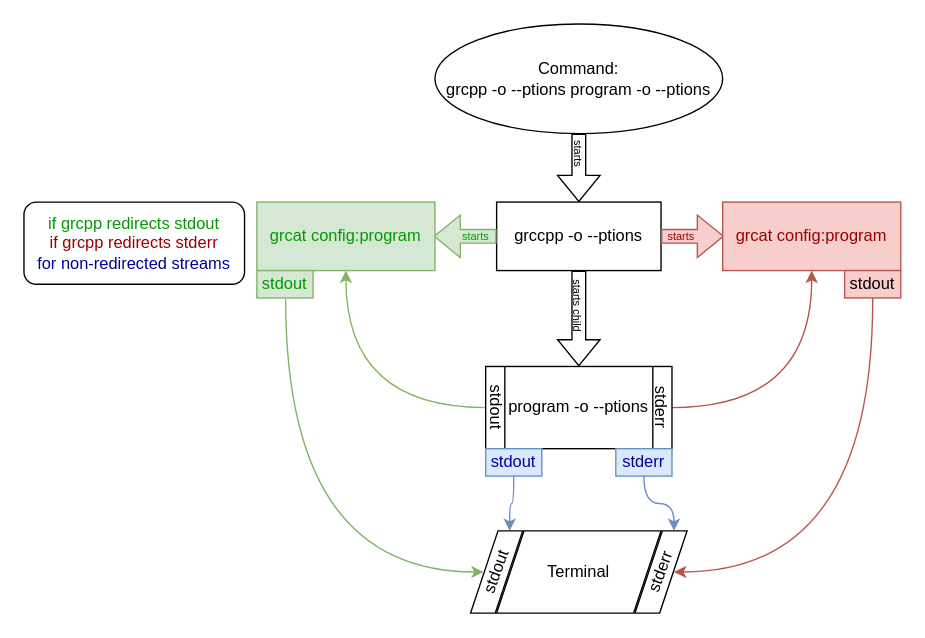
Earlier version of the draw.io diagram .github/images/flowchartgrc.drawio (RENoMafex/grcpp). Source tidied: cells renumbered, new cells numbered last; positions are measured from the earlier drawing's top-left corner, leaving out a move shared by most shapes. Both pictures are drawn from the tidied source at 137%, with x=0, y=0 at pixel (23, 23).
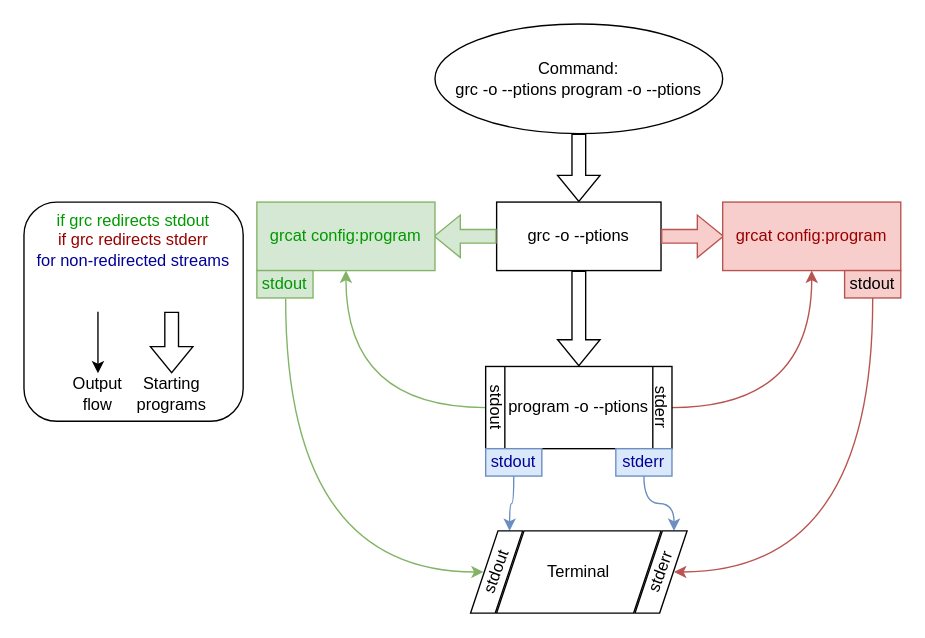
The same page after the edit.

Commit message (it also covers changes not shown here):
changed flowchart to ACTUALLY represent grc

What changed in the source:
```diff
@@
-    <mxCell id="2" value="Command:&lt;br&gt;grcpp -o --ptions program -o --ptions" style="ellipse;whiteSpace=wrap;html=1;" parent="1" vertex="1">
+    <mxCell id="2" value="Command:&lt;br&gt;grc -o --ptions program -o --ptions" style="ellipse;whiteSpace=wrap;html=1;" parent="1" vertex="1">
       <mxGeometry x="300" width="210" height="80" as="geometry" />
     </mxCell>
@@
-    <mxCell id="4" value="starts" style="text;html=1;align=center;verticalAlign=middle;whiteSpace=wrap;rounded=0;rotation=90;fontSize=8;" parent="1" vertex="1">
-      <mxGeometry x="390" y="90" width="30" height="10" as="geometry" />
-    </mxCell>
-    <mxCell id="5" value="grccpp -o --ptions" style="rounded=0;whiteSpace=wrap;html=1;verticalAlign=middle;spacing=2;" parent="1" vertex="1">
+    <mxCell id="5" value="grc&lt;span style=&quot;background-color: transparent; color: light-dark(rgb(0, 0, 0), rgb(255, 255, 255));&quot;&gt;&amp;nbsp;-o --ptions&lt;/span&gt;" style="rounded=0;whiteSpace=wrap;html=1;verticalAlign=middle;spacing=2;" parent="1" vertex="1">
       <mxGeometry x="345" y="130" width="120" height="50" as="geometry" />
     </mxCell>
@@
-    <mxCell id="7" value="starts" style="text;html=1;align=center;verticalAlign=middle;whiteSpace=wrap;rounded=0;rotation=0;fontSize=8;fontColor=#990000;" parent="1" vertex="1">
-      <mxGeometry x="465" y="150" width="30" height="10" as="geometry" />
-    </mxCell>
@@
-    <mxCell id="9" value="&lt;font style=&quot;color: rgb(0, 153, 0);&quot;&gt;starts&lt;/font&gt;" style="text;html=1;align=center;verticalAlign=middle;whiteSpace=wrap;rounded=0;rotation=0;fontSize=8;" parent="1" vertex="1">
-      <mxGeometry x="315" y="150" width="30" height="10" as="geometry" />
-    </mxCell>
@@
-    <mxCell id="13" value="starts child" style="text;html=1;align=center;verticalAlign=middle;whiteSpace=wrap;rounded=0;rotation=90;fontSize=8;" parent="1" vertex="1">
-      <mxGeometry x="379.5" y="200.5" width="51" height="10" as="geometry" />
-    </mxCell>
@@
-    <mxCell id="32" value="&lt;div&gt;&lt;span style=&quot;background-color: transparent;&quot;&gt;&lt;font style=&quot;color: rgb(0, 153, 0);&quot;&gt;if grcpp redirects stdout&lt;/font&gt;&lt;/span&gt;&lt;/div&gt;&lt;font style=&quot;color: rgb(153, 0, 0);&quot;&gt;&lt;font style=&quot;&quot;&gt;if grcpp redirects stderr&lt;/font&gt;&lt;br&gt;&lt;/font&gt;&lt;font style=&quot;color: light-dark(rgb(0, 0, 153), rgb(237, 237, 237));&quot;&gt;for non-redirected streams&lt;/font&gt;" style="rounded=1;whiteSpace=wrap;html=1;" parent="1" vertex="1">
-      <mxGeometry y="130" width="161" height="60" as="geometry" />
+    <mxCell id="32" value="&lt;div&gt;&lt;span style=&quot;background-color: transparent;&quot;&gt;&lt;font style=&quot;color: rgb(0, 153, 0);&quot;&gt;if grc redirects stdout&lt;/font&gt;&lt;/span&gt;&lt;/div&gt;&lt;font style=&quot;color: rgb(153, 0, 0);&quot;&gt;&lt;font style=&quot;&quot;&gt;if grc redirects stderr&lt;/font&gt;&lt;br&gt;&lt;/font&gt;&lt;font style=&quot;color: light-dark(rgb(0, 0, 153), rgb(237, 237, 237));&quot;&gt;for non-redirected streams&lt;/font&gt;" style="rounded=1;whiteSpace=wrap;html=1;verticalAlign=top;" parent="1" vertex="1">
+      <mxGeometry y="130" width="160" height="160" as="geometry" />
     </mxCell>
+    <mxCell id="33" style="shape=flexArrow;endArrow=classic;html=1;rounded=0;" parent="1" edge="1">
+      <mxGeometry relative="1" as="geometry">
+        <mxPoint x="107.8" y="210" as="sourcePoint" />
+        <mxPoint x="107.8" y="255" as="targetPoint" />
+      </mxGeometry>
+    </mxCell>
+    <mxCell id="34" style="endArrow=classic;html=1;rounded=0;" parent="1" edge="1">
+      <mxGeometry relative="1" as="geometry">
+        <mxPoint x="54" y="210" as="sourcePoint" />
+        <mxPoint x="54" y="255" as="targetPoint" />
+      </mxGeometry>
+    </mxCell>
+    <mxCell id="35" value="Starting programs" style="text;html=1;align=center;verticalAlign=middle;whiteSpace=wrap;rounded=0;" parent="1" vertex="1">
+      <mxGeometry x="78" y="255" width="60" height="30" as="geometry" />
+    </mxCell>
+    <mxCell id="36" value="Output flow" style="text;html=1;align=center;verticalAlign=middle;whiteSpace=wrap;rounded=0;" parent="1" vertex="1">
+      <mxGeometry x="24" y="255" width="60" height="30" as="geometry" />
+    </mxCell>
```
